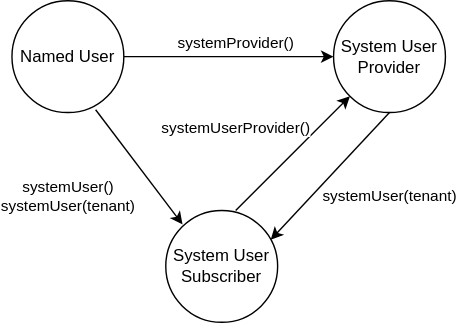
cap-js/docs keeps this draw.io diagram as java/assets/requestcontext.drawio.svg. Above is the earlier version. Source tidied: cells renumbered, new cells last; positions are measured from the earlier drawing's top-left corner, leaving out a move shared by most shapes.
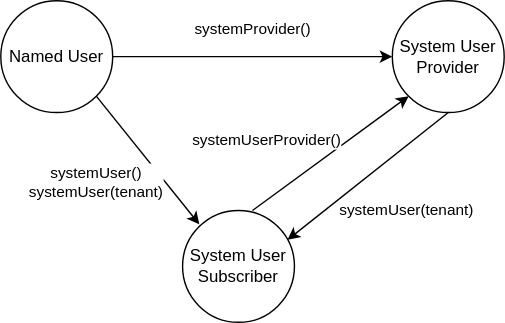
Above is the later version.

Diff of the diagram source:
```diff
@@ -3,30 +3,28 @@
     <mxCell id="0" />
     <mxCell id="1" parent="0" />
     <mxCell id="2" value="Named User" style="ellipse;whiteSpace=wrap;html=1;" parent="1" vertex="1">
-      <mxGeometry width="80" height="80" as="geometry" />
+      <mxGeometry x="-20" width="80" height="80" as="geometry" />
     </mxCell>
     <mxCell id="3" value="System User&lt;br&gt;Provider" style="ellipse;whiteSpace=wrap;html=1;" parent="1" vertex="1">
-      <mxGeometry x="230" width="80" height="80" as="geometry" />
+      <mxGeometry x="260" width="80" height="80" as="geometry" />
     </mxCell>
     <mxCell id="4" value="System User Subscriber" style="ellipse;whiteSpace=wrap;html=1;" parent="1" vertex="1">
       <mxGeometry x="110" y="150" width="80" height="80" as="geometry" />
     </mxCell>
-    <mxCell id="5" value="systemProvider()" style="endArrow=classic;html=1;rounded=0;entryX=0;entryY=0.5;entryDx=0;entryDy=0;" parent="1" edge="1" target="3">
-      <mxGeometry x="0.07" y="10" relative="1" as="geometry">
-        <mxPoint x="80" y="40" as="sourcePoint" />
-      </mxGeometry>
+    <mxCell id="5" value="systemProvider()" style="endArrow=classic;html=1;rounded=0;entryX=0;entryY=0.5;entryDx=0;entryDy=0;exitX=1;exitY=0.5;exitDx=0;exitDy=0;" parent="1" edge="1" source="2" target="3">
+      <mxGeometry y="20" relative="1" as="geometry" />
     </mxCell>
     <mxCell id="6" value="systemUserProvider()" style="endArrow=classic;html=1;rounded=0;entryX=0;entryY=1;entryDx=0;entryDy=0;" parent="1" edge="1" target="3">
-      <mxGeometry x="-0.27" y="42" relative="1" as="geometry">
+      <mxGeometry x="-0.46" y="34" relative="1" as="geometry">
         <mxPoint x="160" y="150" as="sourcePoint" />
+        <mxPoint x="-1" as="offset" />
       </mxGeometry>
     </mxCell>
     <mxCell id="7" value="systemUser(tenant)" style="endArrow=classic;html=1;rounded=0;entryX=0.938;entryY=0.263;entryDx=0;entryDy=0;entryPerimeter=0;exitX=0.5;exitY=1;exitDx=0;exitDy=0;" parent="1" edge="1" source="3" target="4">
-      <mxGeometry x="-0.3" y="41" relative="1" as="geometry" />
+      <mxGeometry x="-0.09" y="36" relative="1" as="geometry" />
     </mxCell>
-    <mxCell id="8" value="systemUser()&lt;br&gt;systemUser(tenant)" style="endArrow=classic;html=1;rounded=0;exitX=0.723;exitY=0.975;exitDx=0;exitDy=0;exitPerimeter=0;" parent="1" edge="1">
-      <mxGeometry x="-0.27" y="-53" relative="1" as="geometry">
-        <mxPoint x="59.8" y="78" as="sourcePoint" />
+    <mxCell id="8" value="systemUser()&lt;br&gt;systemUser(tenant)" style="endArrow=classic;html=1;rounded=0;exitX=1;exitY=1;exitDx=0;exitDy=0;" parent="1" edge="1" source="2">
+      <mxGeometry x="-0.18" y="-39" relative="1" as="geometry">
         <mxPoint x="122" y="160" as="targetPoint" />
       </mxGeometry>
     </mxCell>
```
